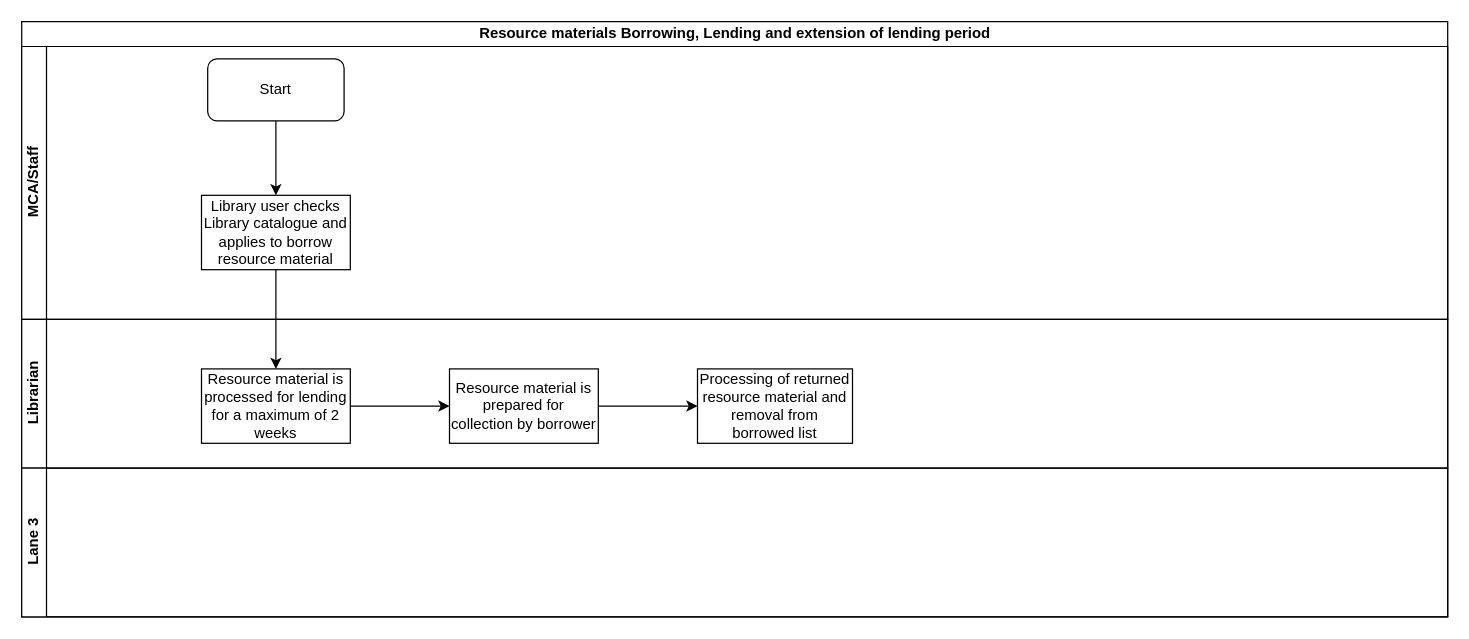
Before: Library - Resource materials Borrowing, Lending and extension of lending period.drawio in kmagua/flowcharts, a draw.io diagram. Source tidied: cells renumbered, new cells numbered last; positions are measured from the earlier drawing's top-left corner, leaving out a move shared by most shapes. Both pictures are drawn from the tidied source at 124%, with x=0, y=0 at pixel (21, 21).
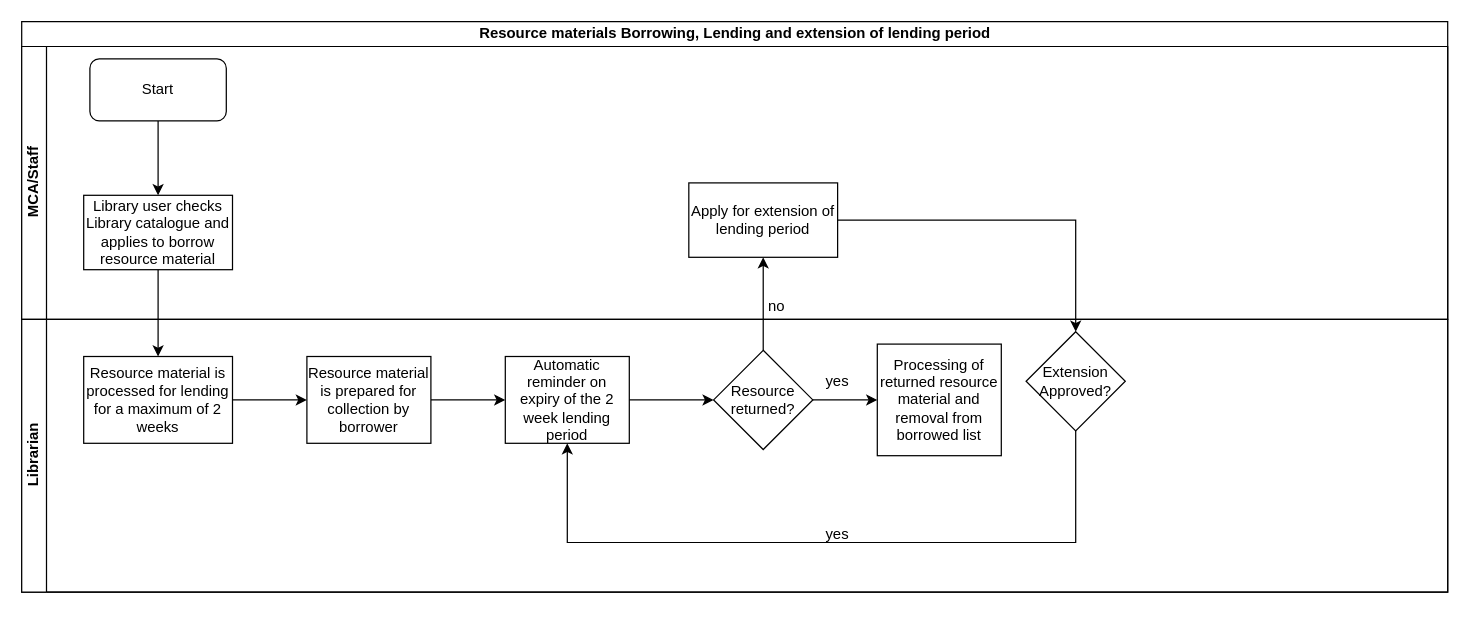
The same page after the edit.

Unchanged cells that the change refers to:
```xml
<mxCell id="3" value="MCA/Staff" style="swimlane;html=1;startSize=20;horizontal=0;" parent="2" vertex="1">
  <mxGeometry y="20" width="1150" height="220" as="geometry" />
</mxCell>
```

The edit, as a diff of the source:
```diff
@@
     <mxCell id="2" value="Resource materials Borrowing, Lending and extension of lending period" style="swimlane;html=1;horizontal=1;startSize=20;" parent="1" vertex="1">
-      <mxGeometry width="1150" height="480" as="geometry" />
+      <mxGeometry width="1150" height="460" as="geometry" />
     </mxCell>
+    <mxCell id="10" style="edgeStyle=orthogonalEdgeStyle;rounded=0;jettySize=auto;html=1;" parent="2" edge="1" source="6" target="8">
+      <mxGeometry relative="1" as="geometry" />
+    </mxCell>
+    <mxCell id="15" style="edgeStyle=orthogonalEdgeStyle;rounded=0;jettySize=auto;html=1;" parent="2" edge="1" source="19" target="16">
+      <mxGeometry relative="1" as="geometry" />
+    </mxCell>
@@
+    <mxCell id="5" style="edgeStyle=orthogonalEdgeStyle;rounded=0;jettySize=auto;html=1;entryX=0.5;entryY=0;entryDx=0;entryDy=0;" parent="3" edge="1" source="4" target="6">
+      <mxGeometry relative="1" as="geometry" />
+    </mxCell>
+    <mxCell id="16" value="Apply for extension of lending period" style="whiteSpace=wrap;html=1;" parent="3" vertex="1">
+      <mxGeometry x="538" y="110" width="120" height="60" as="geometry" />
+    </mxCell>
+    <mxCell id="6" value="Library user checks Library catalogue and applies to borrow resource material" style="rounded=0;whiteSpace=wrap;html=1;" parent="3" vertex="1">
+      <mxGeometry x="50" y="120" width="120" height="60" as="geometry" />
+    </mxCell>
     <mxCell id="4" value="Start" style="rounded=1;whiteSpace=wrap;html=1;" parent="3" vertex="1">
-      <mxGeometry x="150" y="10" width="110" height="50" as="geometry" />
+      <mxGeometry x="55" y="10" width="110" height="50" as="geometry" />
     </mxCell>
-    <mxCell id="5" style="edgeStyle=orthogonalEdgeStyle;rounded=0;jettySize=auto;html=1;entryX=0.5;entryY=0;entryDx=0;entryDy=0;" parent="3" edge="1" source="4" target="6">
-      <mxGeometry relative="1" as="geometry" />
-    </mxCell>
-    <mxCell id="6" value="Library user checks Library catalogue and applies to borrow resource material" style="rounded=0;whiteSpace=wrap;html=1;" parent="3" vertex="1">
-      <mxGeometry x="145" y="120" width="120" height="60" as="geometry" />
-    </mxCell>
+    <mxCell id="17" value="no" style="text;html=1;strokeColor=none;fillColor=none;align=center;verticalAlign=middle;whiteSpace=wrap;rounded=0;" parent="3" vertex="1">
+      <mxGeometry x="589" y="200" width="40" height="20" as="geometry" />
+    </mxCell>
     <mxCell id="7" value="Librarian" style="swimlane;html=1;startSize=20;horizontal=0;" parent="2" vertex="1">
-      <mxGeometry y="240" width="1150" height="120" as="geometry" />
+      <mxGeometry y="240" width="1150" height="220" as="geometry" />
     </mxCell>
+    <mxCell id="18" value="yes" style="text;html=1;strokeColor=none;fillColor=none;align=center;verticalAlign=middle;whiteSpace=wrap;rounded=0;" parent="7" vertex="1">
+      <mxGeometry x="638" y="40" width="40" height="20" as="geometry" />
+    </mxCell>
+    <mxCell id="14" value="Processing of returned resource material and removal from borrowed list" style="whiteSpace=wrap;html=1;" parent="7" vertex="1">
+      <mxGeometry x="690" y="20" width="100" height="90" as="geometry" />
+    </mxCell>
+    <mxCell id="19" value="Resource returned?" style="rhombus;whiteSpace=wrap;html=1;" parent="7" vertex="1">
+      <mxGeometry x="558" y="25" width="80" height="80" as="geometry" />
+    </mxCell>
     <mxCell id="8" value="Resource material is processed for lending for a maximum of 2 weeks" style="whiteSpace=wrap;html=1;rounded=0;" parent="7" vertex="1">
-      <mxGeometry x="145" y="40" width="120" height="60" as="geometry" />
+      <mxGeometry x="50" y="30" width="120" height="70" as="geometry" />
     </mxCell>
-    <mxCell id="9" value="Lane 3" style="swimlane;html=1;startSize=20;horizontal=0;" parent="2" vertex="1">
-      <mxGeometry y="360" width="1150" height="120" as="geometry" />
-    </mxCell>
-    <mxCell id="10" style="edgeStyle=orthogonalEdgeStyle;rounded=0;jettySize=auto;html=1;" parent="2" edge="1" source="6" target="8">
-      <mxGeometry relative="1" as="geometry" />
-    </mxCell>
-    <mxCell id="11" style="edgeStyle=orthogonalEdgeStyle;rounded=0;jettySize=auto;html=1;" parent="1" edge="1" source="12" target="14">
-      <mxGeometry relative="1" as="geometry" />
-    </mxCell>
+    <mxCell id="20" value="Automatic reminder on expiry of the 2 week lending period" style="whiteSpace=wrap;html=1;rounded=0;" parent="7" vertex="1">
+      <mxGeometry x="390" y="30" width="100" height="70" as="geometry" />
+    </mxCell>
+    <mxCell id="21" style="edgeStyle=orthogonalEdgeStyle;rounded=0;jettySize=auto;html=1;entryX=0;entryY=0.5;entryDx=0;entryDy=0;" parent="7" edge="1" source="20" target="19">
+      <mxGeometry relative="1" as="geometry" />
+    </mxCell>
+    <mxCell id="22" style="edgeStyle=orthogonalEdgeStyle;rounded=0;jettySize=auto;html=1;" parent="7" edge="1" source="19" target="14">
+      <mxGeometry relative="1" as="geometry" />
+    </mxCell>
+    <mxCell id="23" value="Extension Approved?" style="rhombus;whiteSpace=wrap;html=1;" parent="7" vertex="1">
+      <mxGeometry x="810" y="10" width="80" height="80" as="geometry" />
+    </mxCell>
+    <mxCell id="24" style="edgeStyle=orthogonalEdgeStyle;rounded=0;jettySize=auto;html=1;entryX=0.5;entryY=1;entryDx=0;entryDy=0;" parent="7" edge="1" source="23" target="20">
+      <mxGeometry relative="1" as="geometry">
+        <Array as="points">
+          <mxPoint x="850" y="180" />
+          <mxPoint x="440" y="180" />
+        </Array>
+      </mxGeometry>
+    </mxCell>
+    <mxCell id="25" value="yes" style="text;html=1;strokeColor=none;fillColor=none;align=center;verticalAlign=middle;whiteSpace=wrap;rounded=0;" parent="7" vertex="1">
+      <mxGeometry x="638" y="164" width="40" height="20" as="geometry" />
+    </mxCell>
+    <mxCell id="26" style="edgeStyle=orthogonalEdgeStyle;rounded=0;jettySize=auto;html=1;" parent="2" edge="1" source="16" target="23">
+      <mxGeometry relative="1" as="geometry" />
+    </mxCell>
+    <mxCell id="27" style="edgeStyle=orthogonalEdgeStyle;rounded=0;jettySize=auto;html=1;" parent="1" edge="1" source="12" target="20">
+      <mxGeometry relative="1" as="geometry" />
+    </mxCell>
     <mxCell id="12" value="Resource material is prepared for collection by borrower" style="whiteSpace=wrap;html=1;rounded=0;" parent="1" vertex="1">
-      <mxGeometry x="345" y="280" width="120" height="60" as="geometry" />
+      <mxGeometry x="230" y="270" width="100" height="70" as="geometry" />
     </mxCell>
@@
-    <mxCell id="14" value="Processing of returned resource material and removal from borrowed list" style="whiteSpace=wrap;html=1;rounded=0;" parent="1" vertex="1">
-      <mxGeometry x="545" y="280" width="125" height="60" as="geometry" />
-    </mxCell>
```
